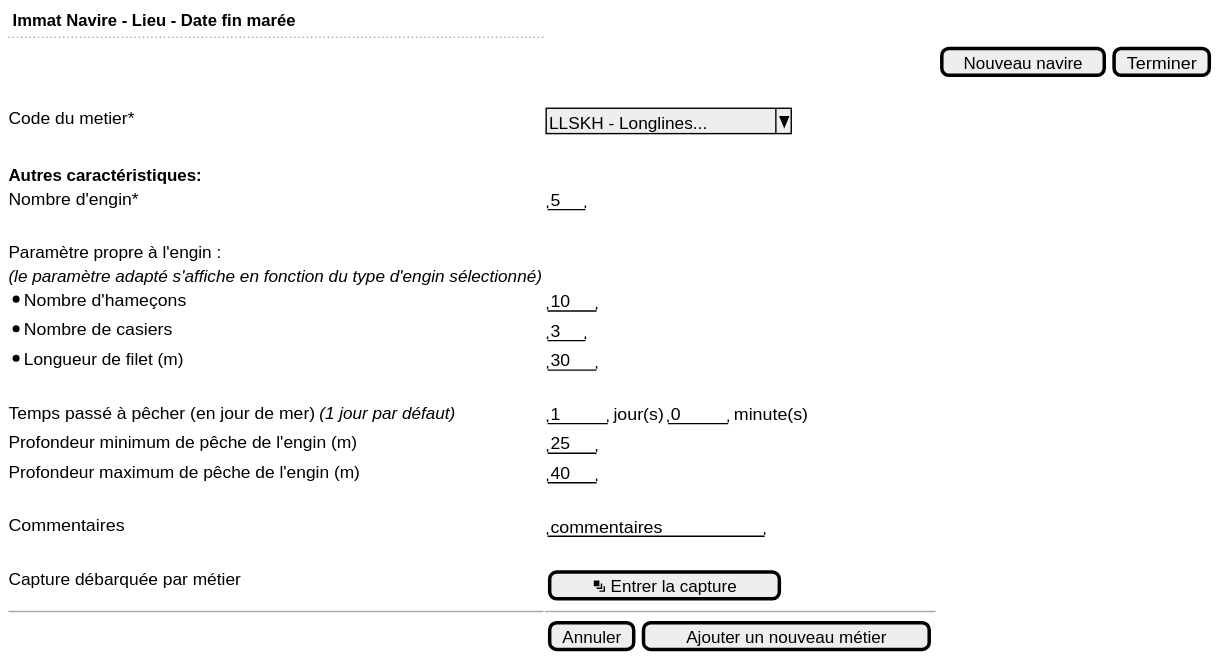
Above: use-case/collect/trip/landing-ui-effort-tablet.svg in sumaris-net/sumaris-doc (PlantUML), before the change. Its source is kept beside it as use-case/collect/trip/landing-ui-effort-tablet.puml.
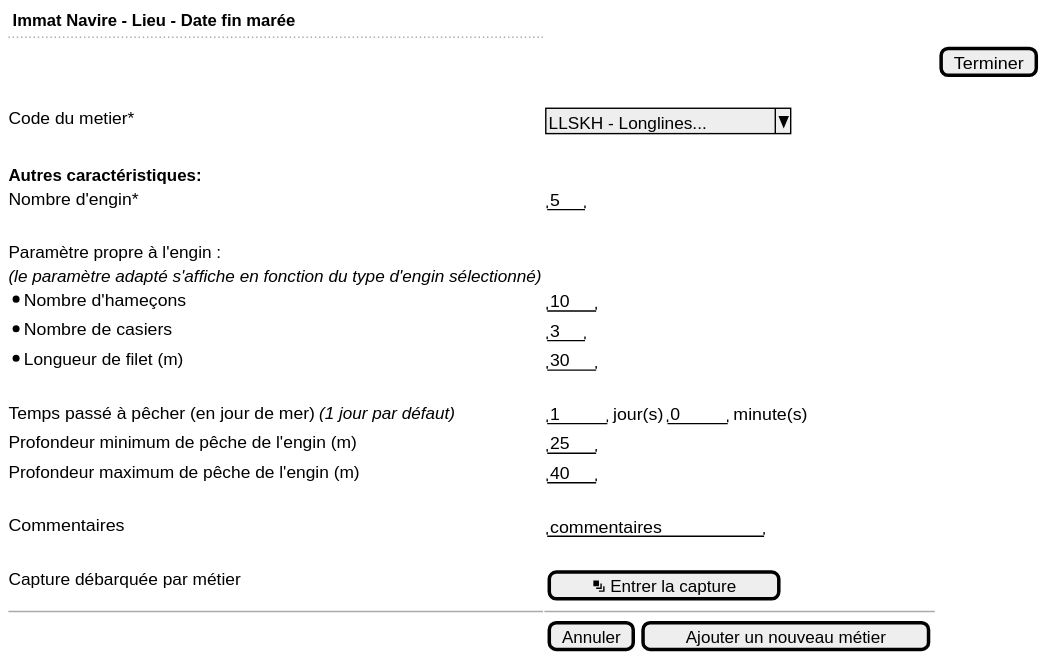
After the change.

Diff of the diagram source:
```diff
@@ -2,7 +2,7 @@
 {
   <b> Immat Navire - Lieu - Date fin marée
   ..
-  . | . | {[Nouveau navire] | [Terminer]}
+  . | . | {[Terminer]}
   .
   Code du metier*    | { ^LLSKH - Longlines...^ }
   .
```
